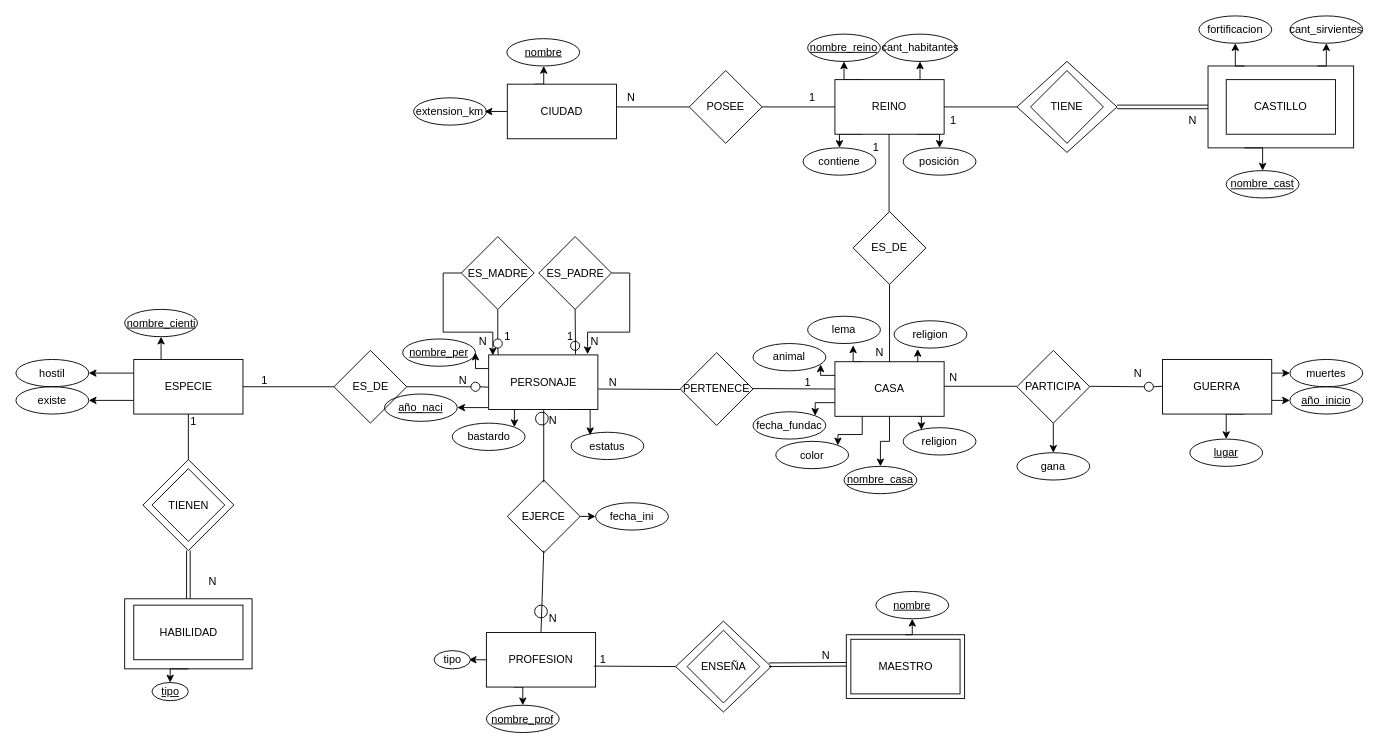
MatiasSanchez-l/-Game-of-Thrones-SQL keeps this draw.io diagram as page "Page-1" (1 of 2) of DER_sinPuntajeExtra.drawio. Above is the earlier version. Source tidied: cells renumbered, new cells numbered last; positions are measured from the earlier drawing's top-left corner, leaving out a move shared by most shapes. Both pictures are drawn from the tidied source at 91%, with x=0, y=0 at pixel (15, 15).
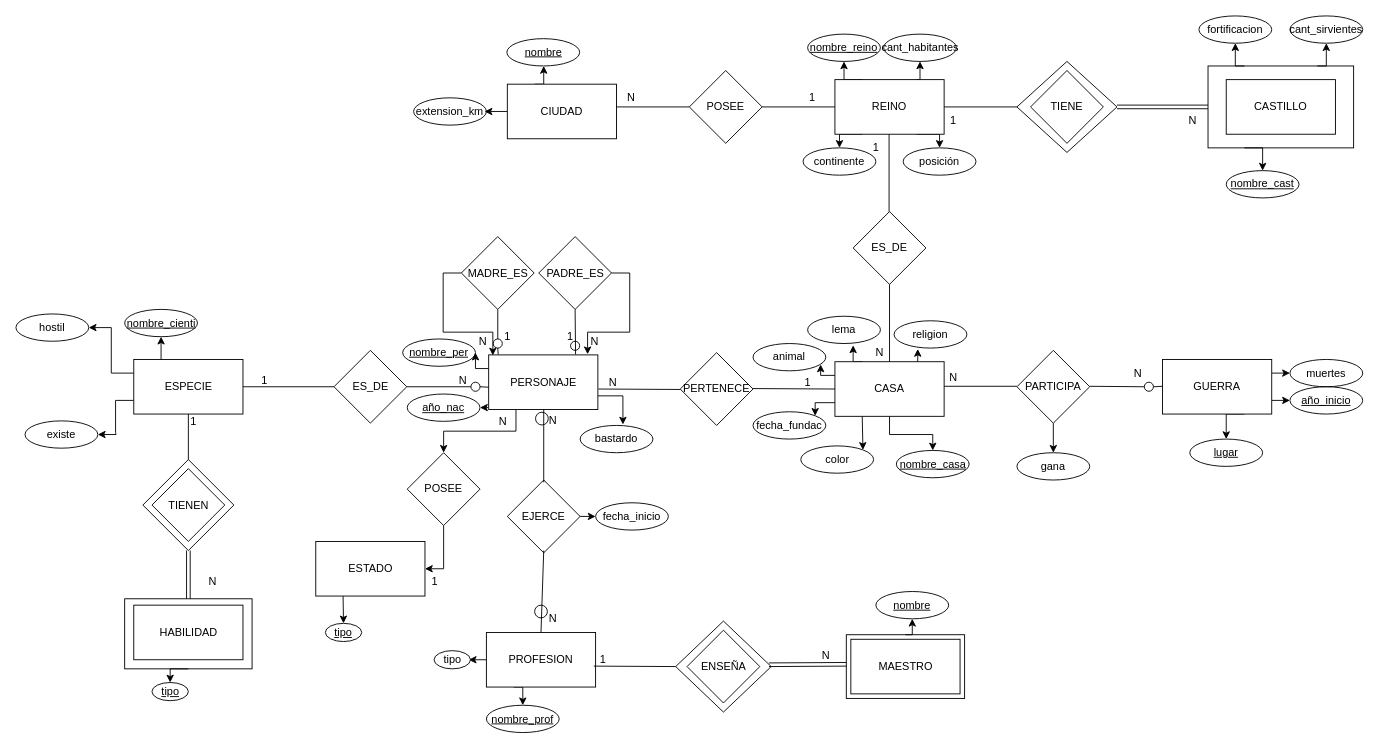
After the change.

Commit message:
DER correcciones

The change refers to these unchanged cells:
```xml
<mxCell id="9" value="CASA" style="rounded=0;whiteSpace=wrap;html=1;" parent="1" vertex="1">
  <mxGeometry x="900" y="380" width="120" height="60" as="geometry" />
</mxCell>
<mxCell id="18" value="PERSONAJE" style="rounded=0;whiteSpace=wrap;html=1;" parent="1" vertex="1">
  <mxGeometry x="519.5" y="372.5" width="120" height="60" as="geometry" />
</mxCell>
```

Diff of the diagram source:
```diff
@@
-    <mxCell id="2" style="edgeStyle=orthogonalEdgeStyle;rounded=0;jettySize=auto;html=1;exitX=0.75;exitY=1;exitDx=0;exitDy=0;entryX=0.25;entryY=0.083;entryDx=0;entryDy=0;entryPerimeter=0;" parent="1" edge="1" source="9" target="75">
-      <mxGeometry relative="1" as="geometry" />
-    </mxCell>
@@
-    <mxCell id="14" style="edgeStyle=orthogonalEdgeStyle;rounded=0;jettySize=auto;html=1;exitX=0.75;exitY=1;exitDx=0;exitDy=0;entryX=0.263;entryY=0.107;entryDx=0;entryDy=0;entryPerimeter=0;" parent="1" edge="1" source="18" target="66">
-      <mxGeometry relative="1" as="geometry" />
-    </mxCell>
-    <mxCell id="15" style="edgeStyle=orthogonalEdgeStyle;rounded=0;jettySize=auto;html=1;exitX=0.25;exitY=1;exitDx=0;exitDy=0;entryX=1;entryY=0;entryDx=0;entryDy=0;" parent="1" edge="1" source="18" target="67">
-      <mxGeometry relative="1" as="geometry" />
-    </mxCell>
@@
+    <mxCell id="15" style="edgeStyle=orthogonalEdgeStyle;rounded=0;jettySize=auto;html=1;exitX=1;exitY=0.75;exitDx=0;exitDy=0;entryX=0.588;entryY=-0.033;entryDx=0;entryDy=0;entryPerimeter=0;" parent="1" edge="1" source="18" target="67">
+      <mxGeometry relative="1" as="geometry" />
+    </mxCell>
+    <mxCell id="146" style="edgeStyle=orthogonalEdgeStyle;rounded=0;jettySize=auto;html=1;exitX=0.25;exitY=1;exitDx=0;exitDy=0;entryX=0.5;entryY=0;entryDx=0;entryDy=0;" parent="1" edge="1" source="18" target="150">
+      <mxGeometry relative="1" as="geometry" />
+    </mxCell>
@@
-    <mxCell id="49" value="ES_PADRE" style="rhombus;whiteSpace=wrap;html=1;fillColor=none;" parent="1" vertex="1">
+    <mxCell id="49" value="PADRE_ES" style="rhombus;whiteSpace=wrap;html=1;fillColor=none;" parent="1" vertex="1">
       <mxGeometry x="574.5" y="242.5" width="80" height="80" as="geometry" />
     </mxCell>
@@
-    <mxCell id="65" value="fecha_ini" style="ellipse;whiteSpace=wrap;html=1;fillColor=none;" parent="1" vertex="1">
+    <mxCell id="65" value="fecha_inicio" style="ellipse;whiteSpace=wrap;html=1;fillColor=none;" parent="1" vertex="1">
       <mxGeometry x="637" y="535" width="80" height="30" as="geometry" />
     </mxCell>
-    <mxCell id="66" value="estatus" style="ellipse;whiteSpace=wrap;html=1;fillColor=none;" parent="1" vertex="1">
-      <mxGeometry x="610" y="457.5" width="80" height="30" as="geometry" />
-    </mxCell>
     <mxCell id="67" value="bastardo" style="ellipse;whiteSpace=wrap;html=1;fillColor=none;" parent="1" vertex="1">
-      <mxGeometry x="479.5" y="447.5" width="80" height="30" as="geometry" />
+      <mxGeometry x="620" y="450" width="80" height="30" as="geometry" />
     </mxCell>
@@
-    <mxCell id="69" value="&lt;u&gt;año_naci&lt;/u&gt;" style="ellipse;whiteSpace=wrap;html=1;fillColor=none;" parent="1" vertex="1">
-      <mxGeometry x="405" y="415.5" width="80" height="30" as="geometry" />
+    <mxCell id="69" value="&lt;u&gt;año_nac&lt;/u&gt;" style="ellipse;whiteSpace=wrap;html=1;fillColor=none;" parent="1" vertex="1">
+      <mxGeometry x="430" y="415.5" width="80" height="30" as="geometry" />
     </mxCell>
     <mxCell id="70" value="existe" style="ellipse;whiteSpace=wrap;html=1;fillColor=none;" parent="1" vertex="1">
-      <mxGeometry y="407.5" width="80" height="30" as="geometry" />
+      <mxGeometry x="10" y="445" width="80" height="30" as="geometry" />
     </mxCell>
     <mxCell id="71" value="hostil" style="ellipse;whiteSpace=wrap;html=1;fillColor=none;" parent="1" vertex="1">
-      <mxGeometry y="377.5" width="80" height="30" as="geometry" />
+      <mxGeometry y="327.5" width="80" height="30" as="geometry" />
     </mxCell>
@@
-    <mxCell id="75" value="religion" style="ellipse;whiteSpace=wrap;html=1;fillColor=none;" parent="1" vertex="1">
-      <mxGeometry x="975" y="452.5" width="80" height="30" as="geometry" />
-    </mxCell>
     <mxCell id="76" value="&lt;u&gt;nombre_casa&lt;/u&gt;" style="ellipse;whiteSpace=wrap;html=1;fillColor=none;" parent="1" vertex="1">
-      <mxGeometry x="910" y="495" width="80" height="30" as="geometry" />
+      <mxGeometry x="967.5" y="477.5" width="80" height="30" as="geometry" />
     </mxCell>
@@
-    <mxCell id="82" value="contiene" style="ellipse;whiteSpace=wrap;html=1;fillColor=none;" parent="1" vertex="1">
+    <mxCell id="82" value="continente" style="ellipse;whiteSpace=wrap;html=1;fillColor=none;" parent="1" vertex="1">
       <mxGeometry x="865" y="145" width="80" height="30" as="geometry" />
     </mxCell>
@@
     <mxCell id="105" value="color" style="ellipse;whiteSpace=wrap;html=1;fillColor=none;" parent="1" vertex="1">
-      <mxGeometry x="835" y="467.5" width="80" height="30" as="geometry" />
+      <mxGeometry x="862.5" y="472.5" width="80" height="30" as="geometry" />
     </mxCell>
@@
-    <mxCell id="140" value="ES_MADRE" style="rhombus;whiteSpace=wrap;html=1;fillColor=none;" parent="1" vertex="1">
+    <mxCell id="140" value="MADRE_ES" style="rhombus;whiteSpace=wrap;html=1;fillColor=none;" parent="1" vertex="1">
       <mxGeometry x="489.5" y="242.5" width="80" height="80" as="geometry" />
     </mxCell>
@@
+    <mxCell id="147" style="edgeStyle=orthogonalEdgeStyle;rounded=0;jettySize=auto;html=1;exitX=0.25;exitY=1;exitDx=0;exitDy=0;entryX=0.5;entryY=0;entryDx=0;entryDy=0;" parent="1" edge="1" source="148" target="151">
+      <mxGeometry relative="1" as="geometry" />
+    </mxCell>
+    <mxCell id="148" value="ESTADO" style="rounded=0;whiteSpace=wrap;html=1;" parent="1" vertex="1">
+      <mxGeometry x="329.5" y="577.5" width="120" height="60" as="geometry" />
+    </mxCell>
+    <mxCell id="149" style="edgeStyle=orthogonalEdgeStyle;rounded=0;jettySize=auto;html=1;exitX=0.5;exitY=1;exitDx=0;exitDy=0;entryX=1;entryY=0.5;entryDx=0;entryDy=0;" parent="1" edge="1" source="150" target="148">
+      <mxGeometry relative="1" as="geometry" />
+    </mxCell>
+    <mxCell id="150" value="POSEE" style="rhombus;whiteSpace=wrap;html=1;fillColor=none;" parent="1" vertex="1">
+      <mxGeometry x="430" y="480" width="80" height="80" as="geometry" />
+    </mxCell>
+    <mxCell id="151" value="&lt;u&gt;tipo&lt;/u&gt;" style="ellipse;whiteSpace=wrap;html=1;" parent="1" vertex="1">
+      <mxGeometry x="340" y="667.5" width="40" height="20" as="geometry" />
+    </mxCell>
+    <mxCell id="152" value="1" style="text;html=1;align=center;verticalAlign=middle;" parent="1" vertex="1">
+      <mxGeometry x="450" y="611.5" width="20" height="20" as="geometry" />
+    </mxCell>
+    <mxCell id="153" value="N" style="text;html=1;align=center;verticalAlign=middle;" parent="1" vertex="1">
+      <mxGeometry x="524.5" y="435.5" width="20" height="20" as="geometry" />
+    </mxCell>
```
